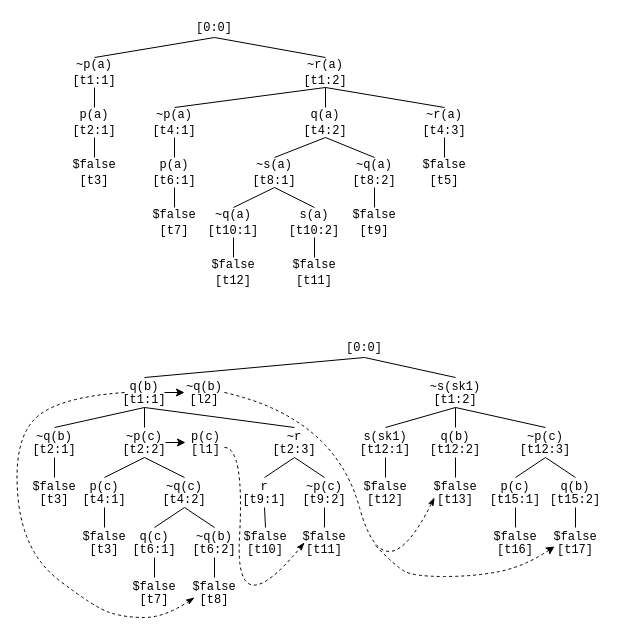
GeoffsPapers/TPTPTableauFormat keeps this draw.io diagram as Tableu_updated.drawio. Above is the earlier version. Source tidied: cells renumbered, new cells numbered last; positions are measured from the earlier drawing's top-left corner, leaving out a move shared by most shapes. Both pictures are drawn from the tidied source at 100%, with x=0, y=0 at pixel (12, 17).
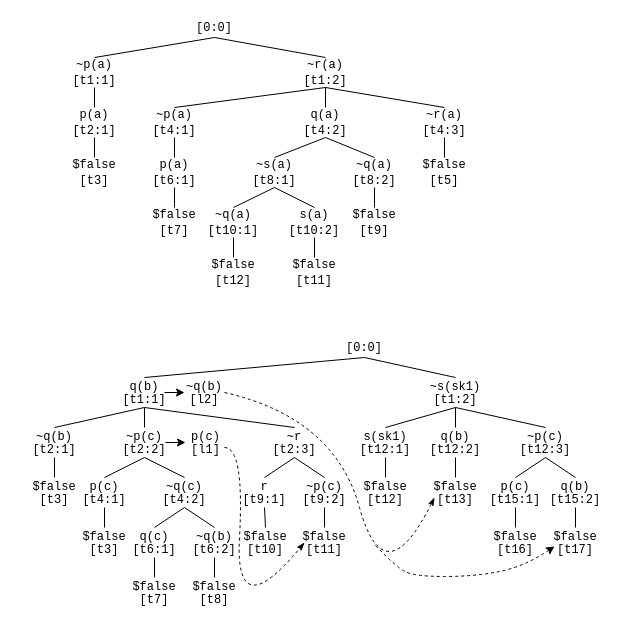
After the change.

Commit message (it also covers changes not shown here):
slight tweaks to figure, more explanation

Unchanged cells that the change refers to:
```xml
<mxCell id="58" value="&lt;div style=&quot;line-height: 100%;&quot;&gt;&lt;font face=&quot;Courier New&quot;&gt;$false&lt;/font&gt;&lt;br&gt;&lt;div&gt;&lt;span style=&quot;font-family: &amp;quot;Courier New&amp;quot;; background-color: transparent; color: light-dark(rgb(0, 0, 0), rgb(255, 255, 255));&quot;&gt;[t8]&lt;/span&gt;&lt;/div&gt;&lt;/div&gt;" style="text;strokeColor=none;align=center;fillColor=none;html=1;verticalAlign=middle;whiteSpace=wrap;rounded=0;" parent="1" vertex="1">
  <mxGeometry x="172" y="560" width="60" height="30" as="geometry" />
</mxCell>
```

The edit, as a diff of the source:
```diff
@@
-    <mxCell id="96" style="curved=1;endArrow=classicThin;html=1;rounded=0;entryX=0.167;entryY=0.667;entryDx=0;entryDy=0;entryPerimeter=0;dashed=1;endFill=1;" parent="1" edge="1" target="58">
-      <mxGeometry relative="1" as="geometry">
-        <mxPoint x="112" y="375" as="sourcePoint" />
-        <Array as="points">
-          <mxPoint x="42" y="380" />
-          <mxPoint x="0.5" y="425" />
-          <mxPoint x="10.5" y="535" />
-          <mxPoint x="82" y="590" />
-          <mxPoint x="112" y="600" />
-          <mxPoint x="152" y="600" />
-        </Array>
-      </mxGeometry>
-    </mxCell>
```
